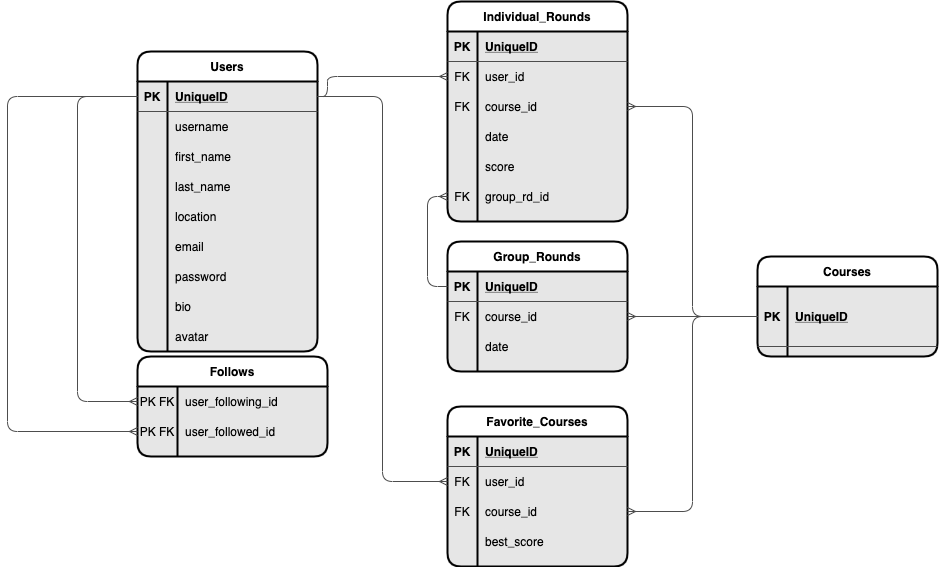
Earlier version of the draw.io export Discgolf_Schema.png (namroc89/DiscDown). Source tidied: cells renumbered, new cells last; positions are measured from the earlier drawing's top-left corner, leaving out a move shared by most shapes.
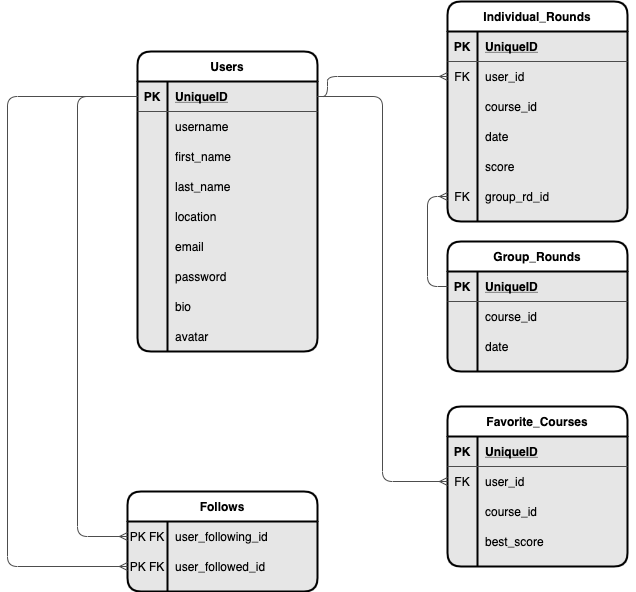
After the commit.

The edit, as a diff of the source:
```diff
@@ -86,18 +86,6 @@
     <mxCell id="29" value="avatar" style="shape=partialRectangle;fillColor=none;top=0;left=0;bottom=0;right=0;align=left;spacingLeft=6;overflow=hidden;strokeColor=#4D4D4D;" parent="27" vertex="1">
       <mxGeometry x="30" width="150" height="30" as="geometry" />
     </mxCell>
-    <mxCell id="30" value="Courses" style="shape=table;startSize=30;rowLines=0;fontStyle=1;align=center;rounded=1;strokeWidth=2;swimlaneFillColor=#E6E6E6;fillColor=#FFFFFF;" parent="1" vertex="1">
-      <mxGeometry x="750" y="255" width="180" height="100" as="geometry" />
-    </mxCell>
-    <mxCell id="31" style="shape=partialRectangle;fillColor=none;top=0;left=0;bottom=1;right=0;points=[[0,0.5],[1,0.5]];portConstraint=eastwest;strokeColor=#4D4D4D;" parent="30" vertex="1">
-      <mxGeometry y="30" width="180" height="60" as="geometry" />
-    </mxCell>
-    <mxCell id="32" value="PK" style="shape=partialRectangle;fillColor=none;top=0;left=0;bottom=0;right=0;fontStyle=1;overflow=hidden;strokeColor=#4D4D4D;" parent="31" vertex="1">
-      <mxGeometry width="30" height="60" as="geometry" />
-    </mxCell>
-    <mxCell id="33" value="UniqueID" style="shape=partialRectangle;fillColor=none;top=0;left=0;bottom=0;right=0;align=left;spacingLeft=6;fontStyle=5;overflow=hidden;strokeColor=#4D4D4D;" parent="31" vertex="1">
-      <mxGeometry x="30" width="150" height="60" as="geometry" />
-    </mxCell>
     <mxCell id="34" value="Individual_Rounds" style="shape=table;startSize=30;rowLines=0;fontStyle=1;align=center;rounded=1;strokeWidth=2;swimlaneFillColor=#E6E6E6;fillColor=#FFFFFF;" parent="1" vertex="1">
       <mxGeometry x="440" width="180" height="220" as="geometry" />
     </mxCell>
@@ -122,7 +110,7 @@
     <mxCell id="41" style="shape=partialRectangle;fillColor=none;top=0;left=0;bottom=0;right=0;points=[[0,0.5],[1,0.5]];portConstraint=eastwest;strokeColor=#4D4D4D;" parent="34" vertex="1">
       <mxGeometry y="90" width="180" height="30" as="geometry" />
     </mxCell>
-    <mxCell id="42" value="FK" style="shape=partialRectangle;fillColor=none;top=0;left=0;bottom=0;right=0;overflow=hidden;strokeColor=#4D4D4D;" parent="41" vertex="1">
+    <mxCell id="42" style="shape=partialRectangle;fillColor=none;top=0;left=0;bottom=0;right=0;overflow=hidden;strokeColor=#4D4D4D;" parent="41" vertex="1">
       <mxGeometry width="30" height="30" as="geometry" />
     </mxCell>
     <mxCell id="43" value="course_id" style="shape=partialRectangle;fillColor=none;top=0;left=0;bottom=0;right=0;align=left;spacingLeft=6;overflow=hidden;strokeColor=#4D4D4D;" parent="41" vertex="1">
@@ -179,7 +167,7 @@
     <mxCell id="60" style="shape=partialRectangle;fillColor=none;top=0;left=0;bottom=0;right=0;points=[[0,0.5],[1,0.5]];portConstraint=eastwest;strokeColor=#4D4D4D;" parent="53" vertex="1">
       <mxGeometry y="90" width="180" height="30" as="geometry" />
     </mxCell>
-    <mxCell id="61" value="FK" style="shape=partialRectangle;fillColor=none;top=0;left=0;bottom=0;right=0;overflow=hidden;strokeColor=#4D4D4D;" parent="60" vertex="1">
+    <mxCell id="61" style="shape=partialRectangle;fillColor=none;top=0;left=0;bottom=0;right=0;overflow=hidden;strokeColor=#4D4D4D;" parent="60" vertex="1">
       <mxGeometry width="30" height="30" as="geometry" />
     </mxCell>
     <mxCell id="62" value="course_id" style="shape=partialRectangle;fillColor=none;top=0;left=0;bottom=0;right=0;align=left;spacingLeft=6;overflow=hidden;strokeColor=#4D4D4D;" parent="60" vertex="1">
@@ -195,7 +183,7 @@
       <mxGeometry x="30" width="150" height="30" as="geometry" />
     </mxCell>
     <mxCell id="66" value="Follows" style="shape=table;startSize=30;rowLines=0;fontStyle=1;align=center;rounded=1;strokeWidth=2;swimlaneFillColor=#E6E6E6;fillColor=#FFFFFF;" parent="1" vertex="1">
-      <mxGeometry x="130" y="355" width="190" height="100" as="geometry" />
+      <mxGeometry x="120" y="490" width="190" height="100" as="geometry" />
     </mxCell>
     <mxCell id="67" style="shape=partialRectangle;fillColor=none;top=0;left=0;bottom=0;right=0;points=[[0,0.5],[1,0.5]];portConstraint=eastwest;strokeColor=#4D4D4D;" parent="66" vertex="1">
       <mxGeometry y="30" width="190" height="30" as="geometry" />
@@ -226,17 +214,11 @@
     <mxCell id="74" style="edgeStyle=orthogonalEdgeStyle;rounded=1;jettySize=auto;html=1;exitX=1;exitY=0.5;exitDx=0;exitDy=0;entryX=0;entryY=0.5;entryDx=0;entryDy=0;endArrow=ERmany;endFill=0;strokeColor=#4D4D4D;" parent="1" edge="1" source="3" target="57">
       <mxGeometry relative="1" as="geometry" />
     </mxCell>
-    <mxCell id="75" style="edgeStyle=orthogonalEdgeStyle;rounded=1;jettySize=auto;html=1;exitX=0;exitY=0.5;exitDx=0;exitDy=0;entryX=1;entryY=0.5;entryDx=0;entryDy=0;endArrow=ERmany;endFill=0;strokeColor=#4D4D4D;" parent="1" edge="1" source="31" target="41">
-      <mxGeometry relative="1" as="geometry" />
-    </mxCell>
-    <mxCell id="76" style="edgeStyle=orthogonalEdgeStyle;rounded=1;jettySize=auto;html=1;exitX=0;exitY=0.5;exitDx=0;exitDy=0;entryX=1;entryY=0.5;entryDx=0;entryDy=0;endArrow=ERmany;endFill=0;strokeColor=#4D4D4D;" parent="1" edge="1" source="31" target="60">
-      <mxGeometry relative="1" as="geometry" />
-    </mxCell>
     <mxCell id="77" style="edgeStyle=orthogonalEdgeStyle;rounded=1;jettySize=auto;html=1;exitX=0;exitY=0.5;exitDx=0;exitDy=0;entryX=0;entryY=0.5;entryDx=0;entryDy=0;endArrow=ERmany;endFill=0;strokeColor=#4D4D4D;" parent="1" edge="1" source="3" target="70">
       <mxGeometry relative="1" as="geometry">
         <Array as="points">
           <mxPoint y="95" />
-          <mxPoint y="430" />
+          <mxPoint y="565" />
         </Array>
       </mxGeometry>
     </mxCell>
@@ -255,7 +237,7 @@
     <mxCell id="82" style="shape=partialRectangle;fillColor=none;top=0;left=0;bottom=0;right=0;points=[[0,0.5],[1,0.5]];portConstraint=eastwest;strokeColor=#4D4D4D;" parent="78" vertex="1">
       <mxGeometry y="60" width="180" height="30" as="geometry" />
     </mxCell>
-    <mxCell id="83" value="FK" style="shape=partialRectangle;fillColor=none;top=0;left=0;bottom=0;right=0;overflow=hidden;strokeColor=#4D4D4D;" parent="82" vertex="1">
+    <mxCell id="83" style="shape=partialRectangle;fillColor=none;top=0;left=0;bottom=0;right=0;overflow=hidden;strokeColor=#4D4D4D;" parent="82" vertex="1">
       <mxGeometry width="30" height="30" as="geometry" />
     </mxCell>
     <mxCell id="84" value="course_id" style="shape=partialRectangle;fillColor=none;top=0;left=0;bottom=0;right=0;align=left;spacingLeft=6;overflow=hidden;strokeColor=#4D4D4D;" parent="82" vertex="1">
@@ -276,9 +258,6 @@
         <mxPoint x="180" y="75" as="targetPoint" />
       </mxGeometry>
     </mxCell>
-    <mxCell id="89" style="edgeStyle=orthogonalEdgeStyle;rounded=1;jettySize=auto;html=1;exitX=0;exitY=0.5;exitDx=0;exitDy=0;entryX=1;entryY=0.5;entryDx=0;entryDy=0;endArrow=ERmany;endFill=0;strokeColor=#4D4D4D;" parent="1" edge="1" source="31" target="82">
-      <mxGeometry relative="1" as="geometry" />
-    </mxCell>
     <mxCell id="90" style="edgeStyle=orthogonalEdgeStyle;rounded=1;jettySize=auto;html=1;exitX=0;exitY=0.5;exitDx=0;exitDy=0;entryX=0;entryY=0.5;entryDx=0;entryDy=0;endArrow=ERmany;endFill=0;strokeColor=#4D4D4D;" parent="1" edge="1" source="79" target="50">
       <mxGeometry relative="1" as="geometry" />
     </mxCell>
@@ -286,7 +265,7 @@
       <mxGeometry relative="1" as="geometry">
         <Array as="points">
           <mxPoint x="70" y="95" />
-          <mxPoint x="70" y="400" />
+          <mxPoint x="70" y="535" />
         </Array>
       </mxGeometry>
     </mxCell>
```
